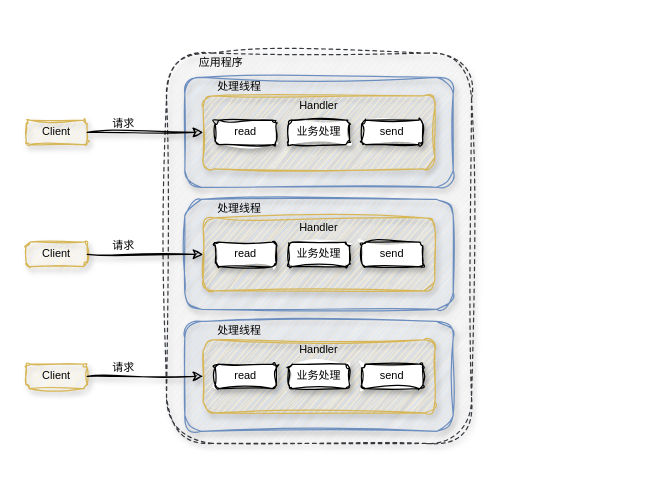
Above: 流程图/未命名绘图.drawio in AlpacaMe/Draft (draw.io), before the change. Source tidied: cells renumbered, new cells numbered last; positions are measured from the earlier drawing's top-left corner, leaving out a move shared by most shapes. Both pictures are drawn from the tidied source at 122%, with x=0, y=0 at pixel (26, 52).
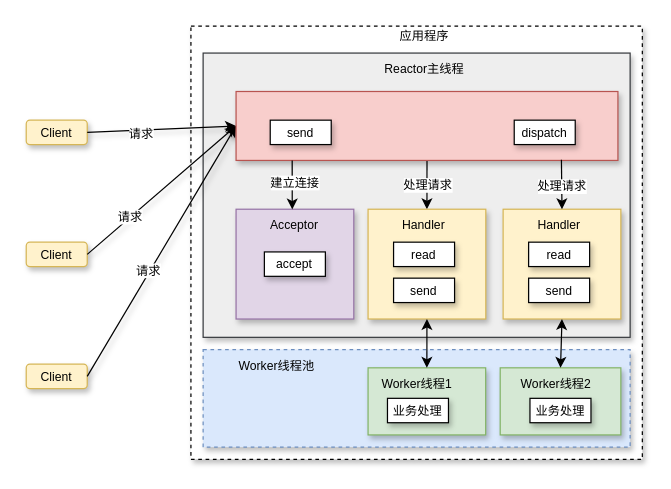
Above is the later version.

Commit message:
更新未命名绘图.drawio

Change to the diagram source:
```diff
@@
+    <mxCell id="34" style="rounded=0;whiteSpace=wrap;html=1;shadow=1;fontFamily=文道颜楷体;dashed=1;fontSize=10;" parent="1" vertex="1">
+      <mxGeometry x="135" y="-22" width="370" height="355" as="geometry" />
+    </mxCell>
-    <mxCell id="2" style="rounded=1;whiteSpace=wrap;html=1;dashed=1;shadow=1;fillColor=#eeeeee;strokeColor=#36393d;fontFamily=文道颜楷体;sketch=1;curveFitting=1;jiggle=2;" parent="1" vertex="1">
-      <mxGeometry x="115" width="250" height="320" as="geometry" />
+    <mxCell id="2" style="rounded=0;whiteSpace=wrap;html=1;shadow=1;fillColor=#eeeeee;strokeColor=#36393d;fontFamily=文道颜楷体;fontSize=10;" parent="1" vertex="1">
+      <mxGeometry x="145" width="350" height="233" as="geometry" />
     </mxCell>
+    <mxCell id="35" style="rounded=0;whiteSpace=wrap;html=1;hachureGap=4;fontFamily=文道颜楷体;fillColor=#e1d5e7;strokeColor=#9673a6;shadow=1;fontSize=10;" parent="1" vertex="1">
+      <mxGeometry x="172" y="128" width="96.5" height="90" as="geometry" />
+    </mxCell>
-    <mxCell id="3" value="Client" style="rounded=1;whiteSpace=wrap;html=1;fillColor=#fff2cc;strokeColor=#d6b656;fontSize=9;shadow=1;fontFamily=文道颜楷体;sketch=1;curveFitting=1;jiggle=2;" parent="1" vertex="1">
+    <mxCell id="3" value="Client" style="rounded=1;whiteSpace=wrap;html=1;fillColor=#fff2cc;strokeColor=#d6b656;fontSize=10;shadow=1;fontFamily=文道颜楷体;" parent="1" vertex="1">
       <mxGeometry y="55" width="50" height="20" as="geometry" />
     </mxCell>
-    <mxCell id="4" style="rounded=1;whiteSpace=wrap;html=1;fillColor=#dae8fc;strokeColor=#6c8ebf;fontSize=9;shadow=1;fontFamily=文道颜楷体;sketch=1;curveFitting=1;jiggle=2;" parent="1" vertex="1">
-      <mxGeometry x="130" y="20" width="220" height="90" as="geometry" />
-    </mxCell>
-    <mxCell id="5" style="rounded=1;whiteSpace=wrap;html=1;fontSize=9;fillColor=#fff2cc;strokeColor=#d6b656;shadow=1;fontFamily=文道颜楷体;sketch=1;curveFitting=1;jiggle=2;" parent="1" vertex="1">
-      <mxGeometry x="145" y="35" width="190" height="60" as="geometry" />
-    </mxCell>
-    <mxCell id="6" value="read" style="rounded=1;whiteSpace=wrap;html=1;fontSize=9;shadow=1;fontFamily=文道颜楷体;sketch=1;curveFitting=1;jiggle=2;" parent="1" vertex="1">
-      <mxGeometry x="155" y="55" width="50" height="20" as="geometry" />
-    </mxCell>
-    <mxCell id="7" value="业务处理" style="rounded=1;whiteSpace=wrap;html=1;fontSize=9;shadow=1;fontFamily=文道颜楷体;sketch=1;curveFitting=1;jiggle=2;" parent="1" vertex="1">
-      <mxGeometry x="215" y="55" width="50" height="20" as="geometry" />
-    </mxCell>
-    <mxCell id="8" value="send" style="rounded=1;whiteSpace=wrap;html=1;fontSize=9;shadow=1;fontFamily=文道颜楷体;sketch=1;curveFitting=1;jiggle=2;" parent="1" vertex="1">
-      <mxGeometry x="275" y="55" width="50" height="20" as="geometry" />
-    </mxCell>
-    <mxCell id="9" style="edgeStyle=orthogonalEdgeStyle;rounded=1;jettySize=auto;html=1;exitX=1;exitY=0.5;exitDx=0;exitDy=0;fontSize=9;entryX=0;entryY=0.5;entryDx=0;entryDy=0;shadow=1;fontFamily=文道颜楷体;sketch=1;curveFitting=1;jiggle=2;" parent="1" edge="1" source="3" target="5">
+    <mxCell id="9" style="rounded=1;jettySize=auto;html=1;exitX=1;exitY=0.5;exitDx=0;exitDy=0;fontSize=10;entryX=0;entryY=0.5;entryDx=0;entryDy=0;shadow=1;fontFamily=文道颜楷体;" parent="1" edge="1" source="3" target="41">
       <mxGeometry relative="1" as="geometry" />
     </mxCell>
-    <mxCell id="10" value="处理线程" style="text;html=1;align=center;verticalAlign=middle;whiteSpace=wrap;rounded=1;fontSize=9;shadow=1;fontFamily=文道颜楷体;sketch=1;curveFitting=1;jiggle=2;" parent="1" vertex="1">
-      <mxGeometry x="145" y="20" width="60" height="15" as="geometry" />
-    </mxCell>
-    <mxCell id="11" value="Handler" style="text;html=1;align=center;verticalAlign=middle;whiteSpace=wrap;rounded=1;fontSize=9;shadow=1;fontFamily=文道颜楷体;sketch=1;curveFitting=1;jiggle=2;" parent="1" vertex="1">
-      <mxGeometry x="210" y="35" width="60" height="15" as="geometry" />
-    </mxCell>
+    <mxCell id="36" value="请求" style="edgeLabel;html=1;align=center;verticalAlign=middle;hachureGap=4;fontFamily=文道颜楷体;fontSize=10;" parent="9" vertex="1">
+      <mxGeometry x="-0.29" y="-4" relative="1" as="geometry">
+        <mxPoint y="-2" as="offset" />
+      </mxGeometry>
+    </mxCell>
-    <mxCell id="12" value="应用程序" style="text;html=1;align=center;verticalAlign=middle;whiteSpace=wrap;rounded=1;fontSize=9;shadow=1;fontFamily=文道颜楷体;sketch=1;curveFitting=1;jiggle=2;" parent="1" vertex="1">
-      <mxGeometry x="130" width="60" height="15" as="geometry" />
+    <mxCell id="12" value="Reactor主线程" style="text;html=1;align=center;verticalAlign=middle;whiteSpace=wrap;rounded=0;fontSize=10;shadow=1;fontFamily=文道颜楷体;" parent="1" vertex="1">
+      <mxGeometry x="290.9" y="5" width="70.5" height="15" as="geometry" />
     </mxCell>
-    <mxCell id="13" value="Client" style="rounded=1;whiteSpace=wrap;html=1;fillColor=#fff2cc;strokeColor=#d6b656;fontSize=9;shadow=1;fontFamily=文道颜楷体;sketch=1;curveFitting=1;jiggle=2;" parent="1" vertex="1">
+    <mxCell id="13" value="Client" style="rounded=1;whiteSpace=wrap;html=1;fillColor=#fff2cc;strokeColor=#d6b656;fontSize=10;shadow=1;fontFamily=文道颜楷体;" parent="1" vertex="1">
       <mxGeometry y="155" width="50" height="20" as="geometry" />
     </mxCell>
-    <mxCell id="14" style="rounded=1;whiteSpace=wrap;html=1;fillColor=#dae8fc;strokeColor=#6c8ebf;fontSize=9;shadow=1;fontFamily=文道颜楷体;sketch=1;curveFitting=1;jiggle=2;" parent="1" vertex="1">
-      <mxGeometry x="130" y="120" width="220" height="90" as="geometry" />
-    </mxCell>
-    <mxCell id="15" style="rounded=1;whiteSpace=wrap;html=1;fontSize=9;fillColor=#fff2cc;strokeColor=#d6b656;shadow=1;fontFamily=文道颜楷体;sketch=1;curveFitting=1;jiggle=2;" parent="1" vertex="1">
-      <mxGeometry x="145" y="135" width="190" height="60" as="geometry" />
-    </mxCell>
-    <mxCell id="16" value="read" style="rounded=1;whiteSpace=wrap;html=1;fontSize=9;shadow=1;fontFamily=文道颜楷体;sketch=1;curveFitting=1;jiggle=2;" parent="1" vertex="1">
-      <mxGeometry x="155" y="155" width="50" height="20" as="geometry" />
-    </mxCell>
-    <mxCell id="17" value="业务处理" style="rounded=1;whiteSpace=wrap;html=1;fontSize=9;shadow=1;fontFamily=文道颜楷体;sketch=1;curveFitting=1;jiggle=2;" parent="1" vertex="1">
-      <mxGeometry x="215" y="155" width="50" height="20" as="geometry" />
-    </mxCell>
-    <mxCell id="18" value="send" style="rounded=1;whiteSpace=wrap;html=1;fontSize=9;shadow=1;fontFamily=文道颜楷体;sketch=1;curveFitting=1;jiggle=2;" parent="1" vertex="1">
-      <mxGeometry x="275" y="155" width="50" height="20" as="geometry" />
-    </mxCell>
-    <mxCell id="19" style="edgeStyle=orthogonalEdgeStyle;rounded=1;jettySize=auto;html=1;exitX=1;exitY=0.5;exitDx=0;exitDy=0;fontSize=9;entryX=0;entryY=0.5;entryDx=0;entryDy=0;shadow=1;fontFamily=文道颜楷体;sketch=1;curveFitting=1;jiggle=2;" parent="1" edge="1" source="13" target="15">
+    <mxCell id="19" style="rounded=1;jettySize=auto;html=1;exitX=1;exitY=0.5;exitDx=0;exitDy=0;fontSize=10;entryX=0;entryY=0.5;entryDx=0;entryDy=0;shadow=1;fontFamily=文道颜楷体;" parent="1" edge="1" source="13" target="41">
       <mxGeometry relative="1" as="geometry" />
     </mxCell>
-    <mxCell id="20" value="处理线程" style="text;html=1;align=center;verticalAlign=middle;whiteSpace=wrap;rounded=1;fontSize=9;shadow=1;fontFamily=文道颜楷体;sketch=1;curveFitting=1;jiggle=2;" parent="1" vertex="1">
-      <mxGeometry x="145" y="120" width="60" height="15" as="geometry" />
-    </mxCell>
-    <mxCell id="21" value="Handler" style="text;html=1;align=center;verticalAlign=middle;whiteSpace=wrap;rounded=1;fontSize=9;shadow=1;fontFamily=文道颜楷体;sketch=1;curveFitting=1;jiggle=2;" parent="1" vertex="1">
-      <mxGeometry x="210" y="135" width="60" height="15" as="geometry" />
-    </mxCell>
+    <mxCell id="37" value="请求" style="edgeLabel;html=1;align=center;verticalAlign=middle;hachureGap=4;fontFamily=文道颜楷体;fontSize=10;" parent="19" vertex="1">
+      <mxGeometry x="-0.33" relative="1" as="geometry">
+        <mxPoint x="-6" y="4" as="offset" />
+      </mxGeometry>
+    </mxCell>
-    <mxCell id="22" value="Client" style="rounded=1;whiteSpace=wrap;html=1;fillColor=#fff2cc;strokeColor=#d6b656;fontSize=9;rotation=0;shadow=1;fontFamily=文道颜楷体;sketch=1;curveFitting=1;jiggle=2;" parent="1" vertex="1">
+    <mxCell id="22" value="Client" style="rounded=1;whiteSpace=wrap;html=1;fillColor=#fff2cc;strokeColor=#d6b656;fontSize=10;rotation=0;shadow=1;fontFamily=文道颜楷体;" parent="1" vertex="1">
       <mxGeometry y="255" width="50" height="20" as="geometry" />
     </mxCell>
-    <mxCell id="23" style="rounded=1;whiteSpace=wrap;html=1;fillColor=#dae8fc;strokeColor=#6c8ebf;fontSize=9;shadow=1;fontFamily=文道颜楷体;sketch=1;curveFitting=1;jiggle=2;" parent="1" vertex="1">
-      <mxGeometry x="130" y="220" width="220" height="90" as="geometry" />
-    </mxCell>
-    <mxCell id="24" style="rounded=1;whiteSpace=wrap;html=1;fontSize=9;fillColor=#fff2cc;strokeColor=#d6b656;shadow=1;fontFamily=文道颜楷体;sketch=1;curveFitting=1;jiggle=2;" parent="1" vertex="1">
-      <mxGeometry x="145" y="235" width="190" height="60" as="geometry" />
-    </mxCell>
-    <mxCell id="25" value="read" style="rounded=1;whiteSpace=wrap;html=1;fontSize=9;shadow=1;fontFamily=文道颜楷体;sketch=1;curveFitting=1;jiggle=2;" parent="1" vertex="1">
-      <mxGeometry x="155" y="255" width="50" height="20" as="geometry" />
-    </mxCell>
-    <mxCell id="26" value="业务处理" style="rounded=1;whiteSpace=wrap;html=1;fontSize=9;shadow=1;fontFamily=文道颜楷体;sketch=1;curveFitting=1;jiggle=2;" parent="1" vertex="1">
-      <mxGeometry x="215" y="255" width="50" height="20" as="geometry" />
-    </mxCell>
-    <mxCell id="27" value="send" style="rounded=1;whiteSpace=wrap;html=1;fontSize=9;shadow=1;fontFamily=文道颜楷体;sketch=1;curveFitting=1;jiggle=2;" parent="1" vertex="1">
-      <mxGeometry x="275" y="255" width="50" height="20" as="geometry" />
-    </mxCell>
-    <mxCell id="28" style="edgeStyle=orthogonalEdgeStyle;rounded=1;jettySize=auto;html=1;exitX=1;exitY=0.5;exitDx=0;exitDy=0;fontSize=9;entryX=0;entryY=0.5;entryDx=0;entryDy=0;shadow=1;fontFamily=文道颜楷体;sketch=1;curveFitting=1;jiggle=2;" parent="1" edge="1" source="22" target="24">
+    <mxCell id="28" style="rounded=1;jettySize=auto;html=1;exitX=1;exitY=0.5;exitDx=0;exitDy=0;fontSize=10;entryX=0;entryY=0.5;entryDx=0;entryDy=0;shadow=1;fontFamily=文道颜楷体;" parent="1" edge="1" source="22" target="41">
       <mxGeometry relative="1" as="geometry" />
     </mxCell>
-    <mxCell id="29" value="处理线程" style="text;html=1;align=center;verticalAlign=middle;whiteSpace=wrap;rounded=1;fontSize=9;shadow=1;fontFamily=文道颜楷体;sketch=1;curveFitting=1;jiggle=2;" parent="1" vertex="1">
-      <mxGeometry x="145" y="220" width="60" height="15" as="geometry" />
-    </mxCell>
-    <mxCell id="30" value="Handler" style="text;html=1;align=center;verticalAlign=middle;whiteSpace=wrap;rounded=1;fontSize=9;shadow=1;fontFamily=文道颜楷体;sketch=1;curveFitting=1;jiggle=2;" parent="1" vertex="1">
-      <mxGeometry x="210" y="235" width="60" height="15" as="geometry" />
-    </mxCell>
-    <mxCell id="31" value="请求" style="text;html=1;align=center;verticalAlign=middle;whiteSpace=wrap;rounded=1;fontSize=9;shadow=1;fontFamily=文道颜楷体;sketch=1;curveFitting=1;jiggle=2;" parent="1" vertex="1">
-      <mxGeometry x="50" y="50" width="60" height="15" as="geometry" />
-    </mxCell>
-    <mxCell id="32" value="请求" style="text;html=1;align=center;verticalAlign=middle;whiteSpace=wrap;rounded=1;fontSize=9;shadow=1;fontFamily=文道颜楷体;sketch=1;curveFitting=1;jiggle=2;" parent="1" vertex="1">
-      <mxGeometry x="50" y="150" width="60" height="15" as="geometry" />
-    </mxCell>
-    <mxCell id="33" value="请求" style="text;html=1;align=center;verticalAlign=middle;whiteSpace=wrap;rounded=1;fontSize=9;shadow=1;fontFamily=文道颜楷体;sketch=1;curveFitting=1;jiggle=2;" parent="1" vertex="1">
-      <mxGeometry x="50" y="250" width="60" height="15" as="geometry" />
-    </mxCell>
+    <mxCell id="38" value="请求" style="edgeLabel;html=1;align=center;verticalAlign=middle;hachureGap=4;fontFamily=文道颜楷体;fontSize=10;" parent="28" vertex="1">
+      <mxGeometry x="-0.11" y="-2" relative="1" as="geometry">
+        <mxPoint x="-6" y="3" as="offset" />
+      </mxGeometry>
+    </mxCell>
+    <mxCell id="39" style="edgeStyle=orthogonalEdgeStyle;rounded=0;jettySize=auto;html=1;exitX=0.5;exitY=1;exitDx=0;exitDy=0;entryX=0.5;entryY=0;entryDx=0;entryDy=0;fontFamily=文道颜楷体;fontSize=10;" parent="1" edge="1" source="41" target="45">
+      <mxGeometry relative="1" as="geometry" />
+    </mxCell>
+    <mxCell id="40" value="处理请求" style="edgeLabel;html=1;align=center;verticalAlign=middle;fontFamily=文道颜楷体;fontSize=10;" parent="39" vertex="1">
+      <mxGeometry relative="1" as="geometry" />
+    </mxCell>
+    <mxCell id="41" style="rounded=0;whiteSpace=wrap;html=1;hachureGap=4;fontFamily=文道颜楷体;fillColor=#f8cecc;strokeColor=#b85450;shadow=1;fontSize=10;" parent="1" vertex="1">
+      <mxGeometry x="172" y="31.5" width="313" height="56.5" as="geometry" />
+    </mxCell>
+    <mxCell id="42" value="应用程序" style="text;html=1;align=center;verticalAlign=middle;whiteSpace=wrap;rounded=1;fontSize=10;shadow=1;fontFamily=文道颜楷体;" parent="1" vertex="1">
+      <mxGeometry x="290.9" y="-22" width="70.5" height="15" as="geometry" />
+    </mxCell>
+    <mxCell id="43" value="send" style="rounded=0;whiteSpace=wrap;html=1;fontSize=10;rotation=0;shadow=1;fontFamily=文道颜楷体;" parent="1" vertex="1">
+      <mxGeometry x="200" y="55" width="50" height="20" as="geometry" />
+    </mxCell>
+    <mxCell id="44" value="dispatch" style="rounded=0;whiteSpace=wrap;html=1;fontSize=10;rotation=0;shadow=1;fontFamily=文道颜楷体;" parent="1" vertex="1">
+      <mxGeometry x="400" y="55" width="50" height="20" as="geometry" />
+    </mxCell>
+    <mxCell id="45" style="rounded=0;whiteSpace=wrap;html=1;hachureGap=4;fontFamily=文道颜楷体;fillColor=#fff2cc;strokeColor=#d6b656;shadow=1;fontSize=10;" parent="1" vertex="1">
+      <mxGeometry x="280.2" y="128" width="96.5" height="90" as="geometry" />
+    </mxCell>
+    <mxCell id="46" style="rounded=0;whiteSpace=wrap;html=1;hachureGap=4;fontFamily=文道颜楷体;fillColor=#fff2cc;strokeColor=#d6b656;shadow=1;fontSize=10;" parent="1" vertex="1">
+      <mxGeometry x="390.9" y="128" width="96.5" height="90" as="geometry" />
+    </mxCell>
+    <mxCell id="47" value="Acceptor" style="text;html=1;align=center;verticalAlign=middle;whiteSpace=wrap;rounded=1;fontSize=10;shadow=1;fontFamily=文道颜楷体;" parent="1" vertex="1">
+      <mxGeometry x="176.2" y="133" width="88" height="15" as="geometry" />
+    </mxCell>
+    <mxCell id="48" value="accept" style="rounded=0;whiteSpace=wrap;html=1;fontSize=10;rotation=0;shadow=1;fontFamily=文道颜楷体;" parent="1" vertex="1">
+      <mxGeometry x="195.2" y="163" width="50" height="20" as="geometry" />
+    </mxCell>
+    <mxCell id="49" value="Handler" style="text;html=1;align=center;verticalAlign=middle;whiteSpace=wrap;rounded=1;fontSize=10;shadow=1;fontFamily=文道颜楷体;" parent="1" vertex="1">
+      <mxGeometry x="282.1" y="133" width="88" height="15" as="geometry" />
+    </mxCell>
+    <mxCell id="50" value="Handler" style="text;html=1;align=center;verticalAlign=middle;whiteSpace=wrap;rounded=1;fontSize=10;shadow=1;fontFamily=文道颜楷体;" parent="1" vertex="1">
+      <mxGeometry x="392.8" y="133" width="88" height="15" as="geometry" />
+    </mxCell>
+    <mxCell id="51" value="read" style="rounded=0;whiteSpace=wrap;html=1;fontSize=10;rotation=0;shadow=1;fontFamily=文道颜楷体;" parent="1" vertex="1">
+      <mxGeometry x="301.1" y="155" width="50" height="20" as="geometry" />
+    </mxCell>
+    <mxCell id="52" value="send" style="rounded=0;whiteSpace=wrap;html=1;fontSize=10;rotation=0;shadow=1;fontFamily=文道颜楷体;" parent="1" vertex="1">
+      <mxGeometry x="301.1" y="184.5" width="50" height="20" as="geometry" />
+    </mxCell>
+    <mxCell id="53" value="read" style="rounded=0;whiteSpace=wrap;html=1;fontSize=10;rotation=0;shadow=1;fontFamily=文道颜楷体;" parent="1" vertex="1">
+      <mxGeometry x="411.8" y="155" width="50" height="20" as="geometry" />
+    </mxCell>
+    <mxCell id="54" value="send" style="rounded=0;whiteSpace=wrap;html=1;fontSize=10;rotation=0;shadow=1;fontFamily=文道颜楷体;" parent="1" vertex="1">
+      <mxGeometry x="411.8" y="184.5" width="50" height="20" as="geometry" />
+    </mxCell>
+    <mxCell id="55" style="rounded=0;whiteSpace=wrap;html=1;hachureGap=4;fontFamily=文道颜楷体;dashed=1;fillColor=#dae8fc;strokeColor=#6c8ebf;shadow=1;fontSize=10;" parent="1" vertex="1">
+      <mxGeometry x="145" y="243" width="350" height="80" as="geometry" />
+    </mxCell>
+    <mxCell id="56" value="Worker线程池" style="text;html=1;align=center;verticalAlign=middle;whiteSpace=wrap;rounded=0;fontSize=10;shadow=1;fontFamily=文道颜楷体;" parent="1" vertex="1">
+      <mxGeometry x="169.6" y="248" width="70.5" height="15" as="geometry" />
+    </mxCell>
+    <mxCell id="57" style="rounded=0;whiteSpace=wrap;html=1;hachureGap=4;fontFamily=文道颜楷体;fillColor=#d5e8d4;strokeColor=#82b366;shadow=1;fontSize=10;" parent="1" vertex="1">
+      <mxGeometry x="280.2" y="258" width="96.4" height="55" as="geometry" />
+    </mxCell>
+    <mxCell id="58" value="Worker线程1" style="text;html=1;align=center;verticalAlign=middle;whiteSpace=wrap;rounded=0;fontSize=10;shadow=1;fontFamily=文道颜楷体;" parent="1" vertex="1">
+      <mxGeometry x="284.8" y="263" width="70.5" height="15" as="geometry" />
+    </mxCell>
+    <mxCell id="59" style="rounded=0;whiteSpace=wrap;html=1;hachureGap=4;fontFamily=文道颜楷体;fillColor=#d5e8d4;strokeColor=#82b366;shadow=1;fontSize=10;" parent="1" vertex="1">
+      <mxGeometry x="388.5" y="258" width="98.9" height="55" as="geometry" />
+    </mxCell>
+    <mxCell id="60" value="Worker线程2" style="text;html=1;align=center;verticalAlign=middle;whiteSpace=wrap;rounded=0;fontSize=10;shadow=1;fontFamily=文道颜楷体;" parent="1" vertex="1">
+      <mxGeometry x="399.1" y="263" width="70.5" height="15" as="geometry" />
+    </mxCell>
+    <mxCell id="61" value="业务处理" style="rounded=0;whiteSpace=wrap;html=1;fontSize=10;rotation=0;shadow=1;fontFamily=文道颜楷体;" parent="1" vertex="1">
+      <mxGeometry x="296.1" y="283" width="50" height="20" as="geometry" />
+    </mxCell>
+    <mxCell id="62" value="业务处理" style="rounded=0;whiteSpace=wrap;html=1;fontSize=10;rotation=0;shadow=1;fontFamily=文道颜楷体;" parent="1" vertex="1">
+      <mxGeometry x="412.9" y="283" width="50" height="20" as="geometry" />
+    </mxCell>
+    <mxCell id="63" style="rounded=0;hachureGap=4;jettySize=auto;html=1;exitX=0.5;exitY=1;exitDx=0;exitDy=0;entryX=0.5;entryY=0;entryDx=0;entryDy=0;fontFamily=文道颜楷体;startArrow=classic;startFill=1;fontSize=10;" parent="1" edge="1" source="45" target="57">
+      <mxGeometry relative="1" as="geometry" />
+    </mxCell>
+    <mxCell id="64" style="rounded=0;hachureGap=4;jettySize=auto;html=1;exitX=0.5;exitY=1;exitDx=0;exitDy=0;entryX=0.5;entryY=0;entryDx=0;entryDy=0;fontFamily=文道颜楷体;startArrow=classic;startFill=1;fontSize=10;" parent="1" edge="1" source="46" target="59">
+      <mxGeometry relative="1" as="geometry" />
+    </mxCell>
+    <mxCell id="65" style="rounded=0;hachureGap=4;jettySize=auto;html=1;exitX=0.477;exitY=0.002;exitDx=0;exitDy=0;fontFamily=文道颜楷体;endArrow=none;startFill=1;startArrow=classic;exitPerimeter=0;fontSize=10;" parent="1" edge="1" source="35">
+      <mxGeometry relative="1" as="geometry">
+        <mxPoint x="218" y="88" as="targetPoint" />
+      </mxGeometry>
+    </mxCell>
+    <mxCell id="66" value="建立连接" style="edgeLabel;html=1;align=center;verticalAlign=middle;fontFamily=文道颜楷体;fontSize=10;" parent="65" vertex="1">
+      <mxGeometry x="0.16" y="-1" relative="1" as="geometry" />
+    </mxCell>
+    <mxCell id="67" style="rounded=0;jettySize=auto;html=1;exitX=0.5;exitY=0;exitDx=0;exitDy=0;entryX=0.852;entryY=0.99;entryDx=0;entryDy=0;entryPerimeter=0;endArrow=none;startFill=1;startArrow=classic;fontFamily=文道颜楷体;fontSize=10;" parent="1" edge="1" source="46" target="41">
+      <mxGeometry relative="1" as="geometry" />
+    </mxCell>
+    <mxCell id="68" value="处理请求" style="edgeLabel;html=1;align=center;verticalAlign=middle;fontFamily=文道颜楷体;fontSize=10;" parent="67" vertex="1">
+      <mxGeometry relative="1" as="geometry" />
+    </mxCell>
```
